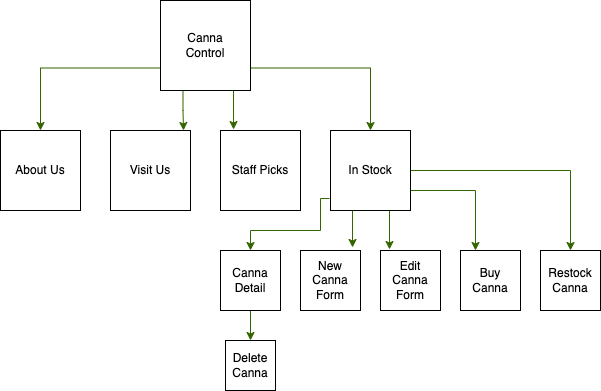
eluckie/canna-site keeps this draw.io diagram as src/img/canna-components.png. Above is the earlier version. Source tidied: cells renumbered, new cells last; positions are measured from the earlier drawing's top-left corner, leaving out a move shared by most shapes.
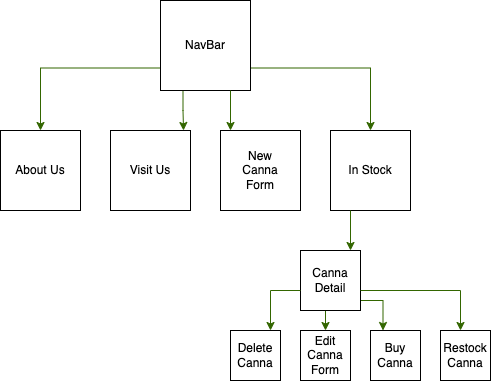
The same file after the commit.

What changed in the source:
```diff
@@ -8,16 +8,13 @@
     <mxCell id="3" style="edgeStyle=orthogonalEdgeStyle;rounded=0;jettySize=auto;html=1;exitX=0.25;exitY=1;exitDx=0;exitDy=0;entryX=0.913;entryY=0;entryDx=0;entryDy=0;entryPerimeter=0;strokeColor=#336600;" parent="1" edge="1" source="6" target="9">
       <mxGeometry relative="1" as="geometry" />
     </mxCell>
-    <mxCell id="4" style="edgeStyle=orthogonalEdgeStyle;rounded=0;jettySize=auto;html=1;exitX=0.75;exitY=1;exitDx=0;exitDy=0;entryX=0.163;entryY=-0.012;entryDx=0;entryDy=0;entryPerimeter=0;strokeColor=#336600;" parent="1" edge="1" source="6" target="10">
-      <mxGeometry relative="1" as="geometry" />
-    </mxCell>
     <mxCell id="5" style="edgeStyle=orthogonalEdgeStyle;rounded=0;jettySize=auto;html=1;exitX=1;exitY=0.75;exitDx=0;exitDy=0;entryX=0.5;entryY=0;entryDx=0;entryDy=0;strokeColor=#336600;" parent="1" edge="1" source="6" target="16">
       <mxGeometry relative="1" as="geometry" />
     </mxCell>
     <mxCell id="6" style="whiteSpace=wrap;html=1;" parent="1" vertex="1">
       <mxGeometry x="160" width="90" height="90" as="geometry" />
     </mxCell>
-    <mxCell id="7" value="Canna&lt;br&gt;Control" style="text;html=1;strokeColor=none;fillColor=none;align=center;verticalAlign=middle;whiteSpace=wrap;rounded=0;" parent="1" vertex="1">
+    <mxCell id="7" value="NavBar" style="text;html=1;strokeColor=none;fillColor=none;align=center;verticalAlign=middle;whiteSpace=wrap;rounded=0;" parent="1" vertex="1">
       <mxGeometry x="175" y="30" width="60" height="30" as="geometry" />
     </mxCell>
     <mxCell id="8" style="whiteSpace=wrap;html=1;" parent="1" vertex="1">
@@ -26,33 +23,20 @@
     <mxCell id="9" style="whiteSpace=wrap;html=1;" parent="1" vertex="1">
       <mxGeometry x="110" y="130" width="80" height="80" as="geometry" />
     </mxCell>
-    <mxCell id="10" style="whiteSpace=wrap;html=1;" parent="1" vertex="1">
-      <mxGeometry x="220" y="130" width="80" height="80" as="geometry" />
-    </mxCell>
-    <mxCell id="11" style="edgeStyle=orthogonalEdgeStyle;rounded=0;jettySize=auto;html=1;exitX=-0.012;exitY=0.85;exitDx=0;exitDy=0;entryX=0.5;entryY=0;entryDx=0;entryDy=0;exitPerimeter=0;strokeColor=#336600;" parent="1" edge="1" source="16" target="25">
-      <mxGeometry relative="1" as="geometry">
-        <Array as="points">
-          <mxPoint x="320" y="198" />
-          <mxPoint x="320" y="230" />
-          <mxPoint x="250" y="230" />
-        </Array>
-      </mxGeometry>
-    </mxCell>
-    <mxCell id="12" style="edgeStyle=orthogonalEdgeStyle;rounded=0;jettySize=auto;html=1;exitX=0.25;exitY=1;exitDx=0;exitDy=0;entryX=0.867;entryY=-0.05;entryDx=0;entryDy=0;entryPerimeter=0;strokeColor=#336600;" parent="1" edge="1" source="16" target="17">
-      <mxGeometry relative="1" as="geometry" />
-    </mxCell>
-    <mxCell id="13" style="edgeStyle=orthogonalEdgeStyle;rounded=0;jettySize=auto;html=1;exitX=0.75;exitY=1;exitDx=0;exitDy=0;entryX=0.15;entryY=-0.017;entryDx=0;entryDy=0;entryPerimeter=0;strokeColor=#336600;" parent="1" edge="1" source="16" target="22">
-      <mxGeometry relative="1" as="geometry" />
-    </mxCell>
-    <mxCell id="14" style="edgeStyle=orthogonalEdgeStyle;rounded=0;jettySize=auto;html=1;exitX=1;exitY=0.75;exitDx=0;exitDy=0;entryX=0.25;entryY=0;entryDx=0;entryDy=0;strokeColor=#336600;" parent="1" edge="1" source="16" target="23">
-      <mxGeometry relative="1" as="geometry" />
-    </mxCell>
-    <mxCell id="15" style="edgeStyle=orthogonalEdgeStyle;rounded=0;jettySize=auto;html=1;entryX=0.5;entryY=0;entryDx=0;entryDy=0;strokeColor=#336600;" parent="1" edge="1" source="16" target="30">
-      <mxGeometry relative="1" as="geometry" />
-    </mxCell>
     <mxCell id="16" style="whiteSpace=wrap;html=1;" parent="1" vertex="1">
       <mxGeometry x="330" y="130" width="80" height="80" as="geometry" />
     </mxCell>
+    <mxCell id="34" style="edgeStyle=orthogonalEdgeStyle;rounded=0;jettySize=auto;html=1;exitX=0.5;exitY=1;exitDx=0;exitDy=0;entryX=0.5;entryY=0;entryDx=0;entryDy=0;strokeColor=#336600;" parent="1" edge="1" source="17" target="36">
+      <mxGeometry relative="1" as="geometry" />
+    </mxCell>
+    <mxCell id="35" style="edgeStyle=orthogonalEdgeStyle;rounded=0;jettySize=auto;html=1;exitX=1;exitY=1;exitDx=0;exitDy=0;entryX=0.25;entryY=0;entryDx=0;entryDy=0;strokeColor=#336600;" parent="1" edge="1" source="17" target="37">
+      <mxGeometry relative="1" as="geometry">
+        <Array as="points">
+          <mxPoint x="360" y="300" />
+          <mxPoint x="383" y="300" />
+        </Array>
+      </mxGeometry>
+    </mxCell>
     <mxCell id="17" style="whiteSpace=wrap;html=1;" parent="1" vertex="1">
       <mxGeometry x="300" y="250" width="60" height="60" as="geometry" />
     </mxCell>
@@ -62,47 +46,71 @@
     <mxCell id="19" value="Visit Us" style="text;html=1;strokeColor=none;fillColor=none;align=center;verticalAlign=middle;whiteSpace=wrap;rounded=0;" parent="1" vertex="1">
       <mxGeometry x="120" y="155" width="60" height="30" as="geometry" />
     </mxCell>
-    <mxCell id="20" value="Staff Picks" style="text;html=1;strokeColor=none;fillColor=none;align=center;verticalAlign=middle;whiteSpace=wrap;rounded=0;" parent="1" vertex="1">
-      <mxGeometry x="230" y="155" width="60" height="30" as="geometry" />
-    </mxCell>
     <mxCell id="21" value="In Stock" style="text;html=1;strokeColor=none;fillColor=none;align=center;verticalAlign=middle;whiteSpace=wrap;rounded=0;" parent="1" vertex="1">
       <mxGeometry x="340" y="155" width="60" height="30" as="geometry" />
     </mxCell>
-    <mxCell id="22" style="whiteSpace=wrap;html=1;" parent="1" vertex="1">
-      <mxGeometry x="380" y="250" width="60" height="60" as="geometry" />
-    </mxCell>
-    <mxCell id="23" style="whiteSpace=wrap;html=1;" parent="1" vertex="1">
-      <mxGeometry x="460" y="250" width="60" height="60" as="geometry" />
-    </mxCell>
-    <mxCell id="24" style="edgeStyle=orthogonalEdgeStyle;rounded=0;jettySize=auto;html=1;exitX=0.5;exitY=1;exitDx=0;exitDy=0;entryX=0.5;entryY=0;entryDx=0;entryDy=0;strokeColor=#336600;" parent="1" edge="1" source="25" target="32">
-      <mxGeometry relative="1" as="geometry" />
-    </mxCell>
-    <mxCell id="25" style="whiteSpace=wrap;html=1;" parent="1" vertex="1">
-      <mxGeometry x="220" y="250" width="60" height="60" as="geometry" />
-    </mxCell>
     <mxCell id="26" value="Canna Detail" style="text;html=1;strokeColor=none;fillColor=none;align=center;verticalAlign=middle;whiteSpace=wrap;rounded=0;" parent="1" vertex="1">
-      <mxGeometry x="220" y="265" width="60" height="30" as="geometry" />
+      <mxGeometry x="300" y="265" width="60" height="30" as="geometry" />
     </mxCell>
+    <mxCell id="32" style="whiteSpace=wrap;html=1;" parent="1" vertex="1">
+      <mxGeometry x="230" y="330" width="50" height="50" as="geometry" />
+    </mxCell>
+    <mxCell id="33" value="Delete Canna" style="text;html=1;strokeColor=none;fillColor=none;align=center;verticalAlign=middle;whiteSpace=wrap;rounded=0;" parent="1" vertex="1">
+      <mxGeometry x="225" y="340" width="60" height="30" as="geometry" />
+    </mxCell>
+    <mxCell id="10" style="whiteSpace=wrap;html=1;" parent="1" vertex="1">
+      <mxGeometry x="220" y="130" width="80" height="80" as="geometry" />
+    </mxCell>
     <mxCell id="27" value="New Canna&lt;br&gt;Form" style="text;html=1;strokeColor=none;fillColor=none;align=center;verticalAlign=middle;whiteSpace=wrap;rounded=0;" parent="1" vertex="1">
-      <mxGeometry x="300" y="265" width="60" height="30" as="geometry" />
+      <mxGeometry x="230" y="155" width="60" height="30" as="geometry" />
     </mxCell>
+    <mxCell id="36" style="whiteSpace=wrap;html=1;" parent="1" vertex="1">
+      <mxGeometry x="300" y="330" width="50" height="50" as="geometry" />
+    </mxCell>
+    <mxCell id="37" style="whiteSpace=wrap;html=1;" parent="1" vertex="1">
+      <mxGeometry x="370" y="330" width="50" height="50" as="geometry" />
+    </mxCell>
+    <mxCell id="38" style="whiteSpace=wrap;html=1;" parent="1" vertex="1">
+      <mxGeometry x="440" y="330" width="50" height="50" as="geometry" />
+    </mxCell>
     <mxCell id="28" value="Edit Canna&lt;br&gt;Form" style="text;html=1;strokeColor=none;fillColor=none;align=center;verticalAlign=middle;whiteSpace=wrap;rounded=0;" parent="1" vertex="1">
-      <mxGeometry x="380" y="265" width="60" height="30" as="geometry" />
+      <mxGeometry x="295" y="340" width="60" height="30" as="geometry" />
     </mxCell>
     <mxCell id="29" value="Buy Canna" style="text;html=1;strokeColor=none;fillColor=none;align=center;verticalAlign=middle;whiteSpace=wrap;rounded=0;" parent="1" vertex="1">
-      <mxGeometry x="460" y="265" width="60" height="30" as="geometry" />
+      <mxGeometry x="365" y="340" width="60" height="30" as="geometry" />
     </mxCell>
-    <mxCell id="30" style="whiteSpace=wrap;html=1;" parent="1" vertex="1">
-      <mxGeometry x="540" y="250" width="60" height="60" as="geometry" />
-    </mxCell>
     <mxCell id="31" value="Restock Canna" style="text;html=1;strokeColor=none;fillColor=none;align=center;verticalAlign=middle;whiteSpace=wrap;rounded=0;" parent="1" vertex="1">
-      <mxGeometry x="540" y="265" width="60" height="30" as="geometry" />
+      <mxGeometry x="435" y="340" width="60" height="30" as="geometry" />
     </mxCell>
-    <mxCell id="32" style="whiteSpace=wrap;html=1;" parent="1" vertex="1">
-      <mxGeometry x="225" y="340" width="50" height="50" as="geometry" />
-    </mxCell>
-    <mxCell id="33" value="Delete Canna" style="text;html=1;strokeColor=none;fillColor=none;align=center;verticalAlign=middle;whiteSpace=wrap;rounded=0;" parent="1" vertex="1">
-      <mxGeometry x="220" y="350" width="60" height="30" as="geometry" />
-    </mxCell>
+    <mxCell id="39" style="endArrow=classic;html=1;rounded=0;strokeColor=#336600;" parent="1" edge="1">
+      <mxGeometry relative="1" as="geometry">
+        <mxPoint x="300" y="290" as="sourcePoint" />
+        <mxPoint x="270" y="330" as="targetPoint" />
+        <Array as="points">
+          <mxPoint x="270" y="290" />
+        </Array>
+      </mxGeometry>
+    </mxCell>
+    <mxCell id="40" style="endArrow=classic;html=1;rounded=0;strokeColor=#336600;" parent="1" edge="1">
+      <mxGeometry relative="1" as="geometry">
+        <mxPoint x="360" y="290" as="sourcePoint" />
+        <mxPoint x="460" y="330" as="targetPoint" />
+        <Array as="points">
+          <mxPoint x="460" y="290" />
+        </Array>
+      </mxGeometry>
+    </mxCell>
+    <mxCell id="41" style="edgeStyle=orthogonalEdgeStyle;rounded=0;orthogonalLoop=1;jettySize=auto;html=1;exitX=0.25;exitY=1;exitDx=0;exitDy=0;entryX=0.913;entryY=0;entryDx=0;entryDy=0;entryPerimeter=0;strokeColor=#336600;" parent="1" edge="1">
+      <mxGeometry relative="1" as="geometry">
+        <mxPoint x="230" y="90" as="sourcePoint" />
+        <mxPoint x="230" y="130" as="targetPoint" />
+      </mxGeometry>
+    </mxCell>
+    <mxCell id="42" style="edgeStyle=orthogonalEdgeStyle;rounded=0;orthogonalLoop=1;jettySize=auto;html=1;exitX=0.25;exitY=1;exitDx=0;exitDy=0;entryX=0.913;entryY=0;entryDx=0;entryDy=0;entryPerimeter=0;strokeColor=#336600;" parent="1" edge="1">
+      <mxGeometry relative="1" as="geometry">
+        <mxPoint x="350" y="210" as="sourcePoint" />
+        <mxPoint x="350" y="250" as="targetPoint" />
+      </mxGeometry>
+    </mxCell>
   </root>
 </mxGraphModel>
```
